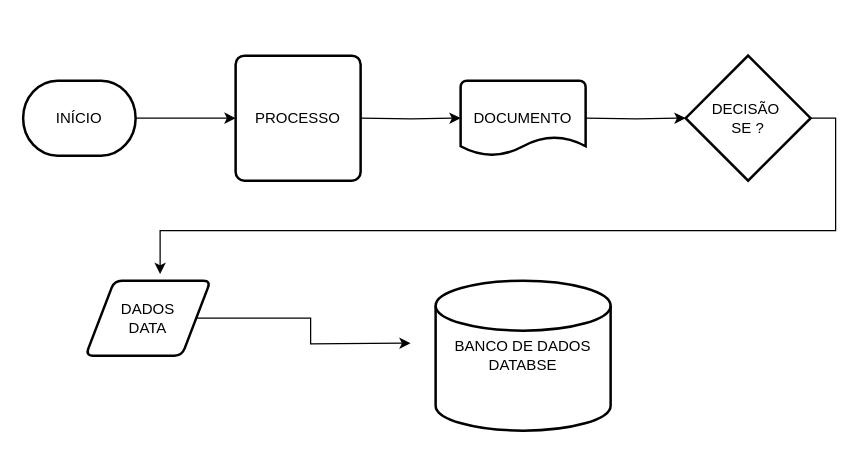
Above: DEVARIA/Fluxograma/firstFlowchart.drawio in filipe-alves-oliveira/exerciciosNovo (draw.io), before the change. Source tidied: cells renumbered, new cells numbered last; positions are measured from the earlier drawing's top-left corner, leaving out a move shared by most shapes. Both pictures are drawn from the tidied source at 125%, with x=0, y=0 at pixel (22, 55).
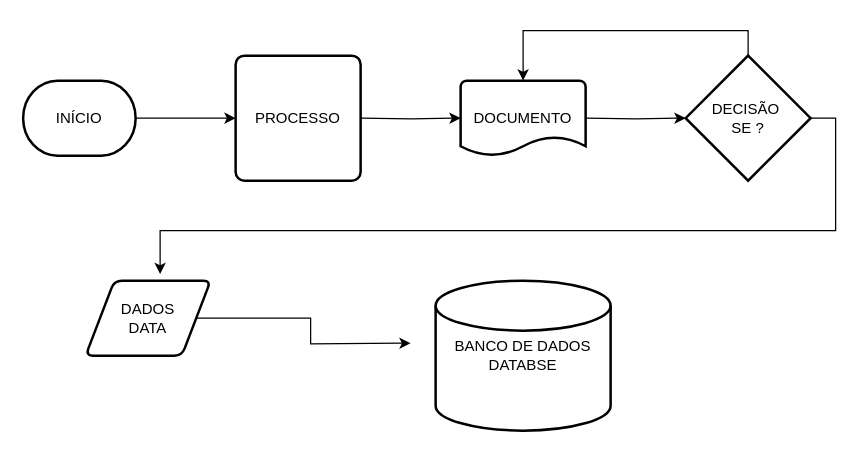
The same page after the edit.

Diff of the diagram source:
```diff
@@
 <mxGraphModel>
   <root>
     <mxCell id="0" />
     <mxCell id="1" parent="0" />
     <mxCell id="2" style="edgeStyle=orthogonalEdgeStyle;rounded=0;jettySize=auto;html=1;exitX=1;exitY=0.5;exitDx=0;exitDy=0;exitPerimeter=0;" parent="1" edge="1" source="3">
       <mxGeometry relative="1" as="geometry">
         <mxPoint x="170" y="50" as="targetPoint" />
       </mxGeometry>
     </mxCell>
     <mxCell id="3" value="INÍCIO" style="strokeWidth=2;html=1;shape=mxgraph.flowchart.terminator;whiteSpace=wrap;" parent="1" vertex="1">
       <mxGeometry y="20" width="90" height="60" as="geometry" />
     </mxCell>
     <mxCell id="4" value="PROCESSO" style="rounded=1;whiteSpace=wrap;html=1;absoluteArcSize=1;arcSize=14;strokeWidth=2;" parent="1" vertex="1">
       <mxGeometry x="170" width="100" height="100" as="geometry" />
     </mxCell>
     <mxCell id="5" value="DOCUMENTO" style="strokeWidth=2;html=1;shape=mxgraph.flowchart.document2;whiteSpace=wrap;size=0.25;" parent="1" vertex="1">
       <mxGeometry x="350" y="20" width="100" height="60" as="geometry" />
     </mxCell>
     <mxCell id="6" style="edgeStyle=orthogonalEdgeStyle;rounded=0;jettySize=auto;html=1;entryX=0;entryY=0.5;entryDx=0;entryDy=0;entryPerimeter=0;" parent="1" edge="1" target="5">
       <mxGeometry relative="1" as="geometry">
         <mxPoint x="270" y="50" as="sourcePoint" />
       </mxGeometry>
     </mxCell>
     <mxCell id="7" value="DECISÃO&amp;nbsp;&lt;br&gt;SE ?" style="strokeWidth=2;html=1;shape=mxgraph.flowchart.decision;whiteSpace=wrap;" parent="1" vertex="1">
       <mxGeometry x="530" width="100" height="100" as="geometry" />
     </mxCell>
     <mxCell id="8" style="edgeStyle=orthogonalEdgeStyle;rounded=0;jettySize=auto;html=1;entryX=0;entryY=0.5;entryDx=0;entryDy=0;entryPerimeter=0;" parent="1" edge="1" target="7">
       <mxGeometry relative="1" as="geometry">
         <mxPoint x="450" y="50" as="sourcePoint" />
       </mxGeometry>
     </mxCell>
     <mxCell id="9" style="edgeStyle=orthogonalEdgeStyle;rounded=0;jettySize=auto;html=1;exitX=1;exitY=0.5;exitDx=0;exitDy=0;" parent="1" edge="1" source="10">
       <mxGeometry relative="1" as="geometry">
         <mxPoint x="310" y="230" as="targetPoint" />
       </mxGeometry>
     </mxCell>
     <mxCell id="10" value="DADOS&lt;br&gt;DATA" style="shape=parallelogram;html=1;strokeWidth=2;perimeter=parallelogramPerimeter;whiteSpace=wrap;rounded=1;arcSize=12;size=0.23;" parent="1" vertex="1">
       <mxGeometry x="50" y="180" width="100" height="60" as="geometry" />
     </mxCell>
     <mxCell id="11" style="edgeStyle=orthogonalEdgeStyle;rounded=0;jettySize=auto;html=1;exitX=1;exitY=0.5;exitDx=0;exitDy=0;exitPerimeter=0;entryX=0.596;entryY=-0.087;entryDx=0;entryDy=0;entryPerimeter=0;" parent="1" edge="1" source="7" target="10">
       <mxGeometry relative="1" as="geometry" />
     </mxCell>
     <mxCell id="12" value="BANCO DE DADOS&lt;br&gt;DATABSE" style="strokeWidth=2;html=1;shape=mxgraph.flowchart.database;whiteSpace=wrap;" parent="1" vertex="1">
       <mxGeometry x="330" y="180" width="140" height="120" as="geometry" />
     </mxCell>
+    <mxCell id="13" style="edgeStyle=orthogonalEdgeStyle;rounded=0;jettySize=auto;html=1;exitX=0.5;exitY=0;exitDx=0;exitDy=0;exitPerimeter=0;entryX=0.5;entryY=0;entryDx=0;entryDy=0;entryPerimeter=0;" parent="1" edge="1" source="7" target="5">
+      <mxGeometry relative="1" as="geometry" />
+    </mxCell>
   </root>
 </mxGraphModel>
```
